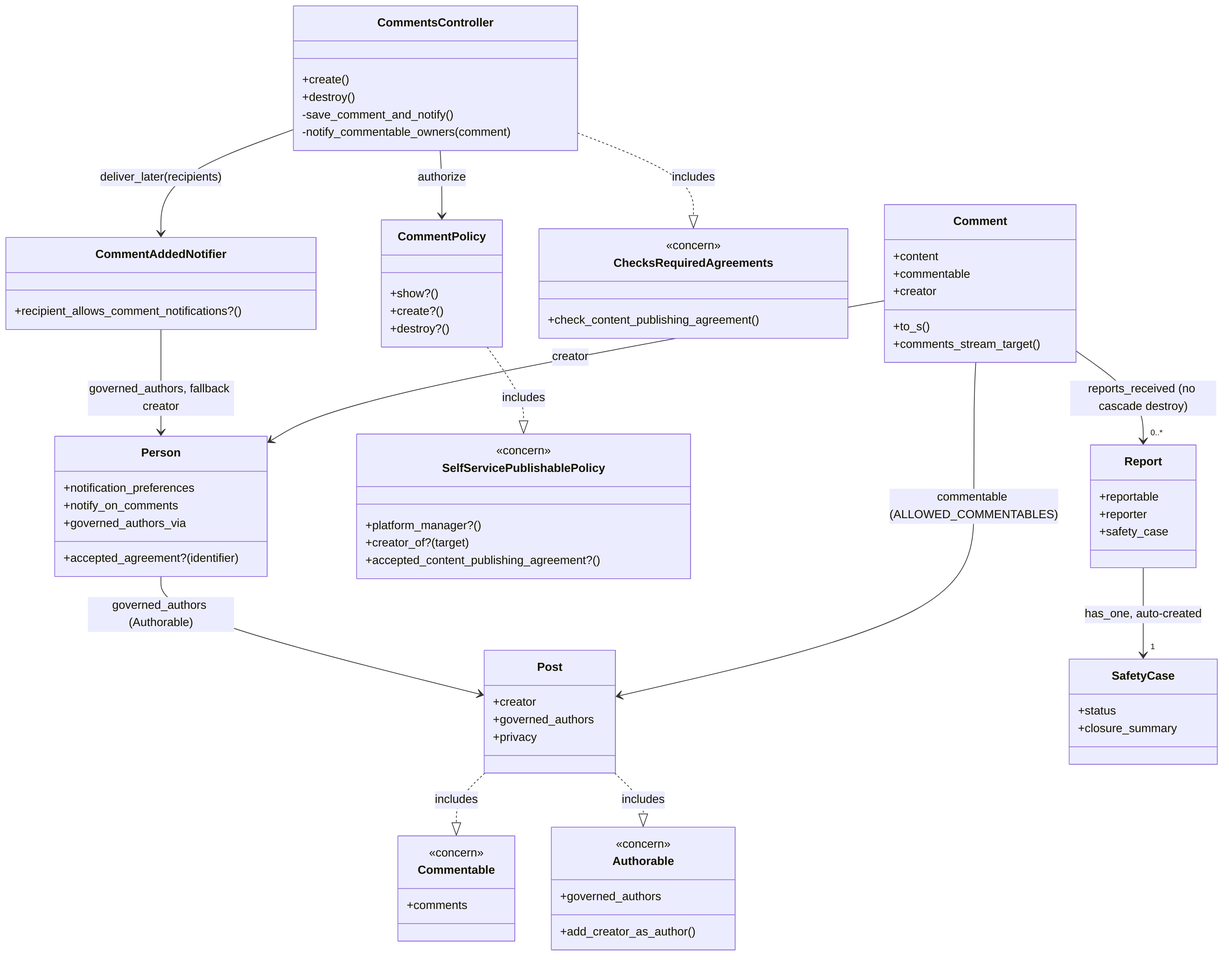
better-together-org/community-engine-rails keeps this Mermaid diagram as docs/diagrams/exports/png/pr_1651_comments_model.png. Above is the earlier version. Its source is kept beside it as docs/diagrams/source/pr_1651_comments_model.mmd.
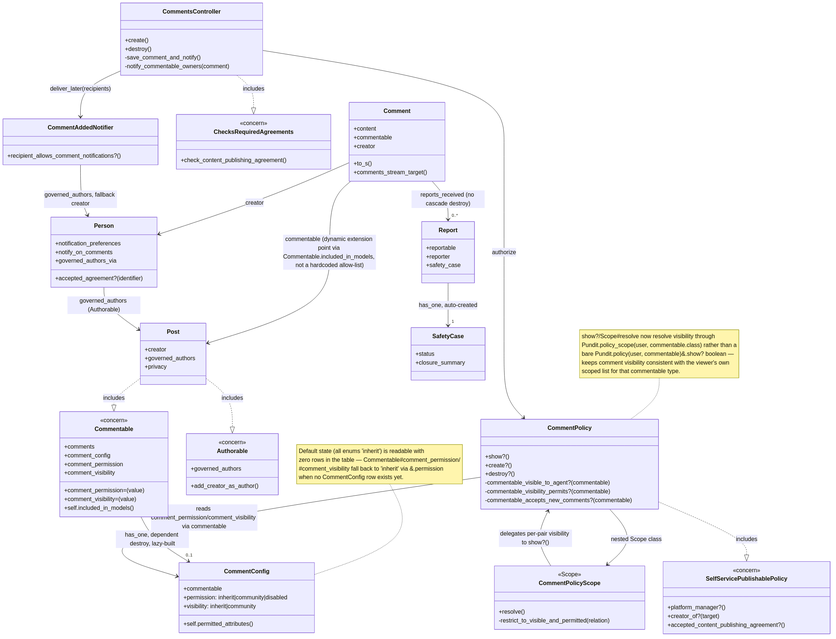
After the change.

The edit, as a diff of the source:
```diff
@@ -10,6 +10,19 @@
     class Commentable {
       <<concern>>
       +comments
+      +comment_config
+      +comment_permission
+      +comment_permission=(value)
+      +comment_visibility
+      +comment_visibility=(value)
+      +self.included_in_models()
+    }
+
+    class CommentConfig {
+      +commentable
+      +permission: inherit|community|disabled
+      +visibility: inherit|community
+      +self.permitted_attributes()
     }
 
     class Post {
@@ -35,6 +48,15 @@
       +show?()
       +create?()
       +destroy?()
+      -commentable_visible_to_agent?(commentable)
+      -commentable_visibility_permits?(commentable)
+      -commentable_accepts_new_comments?(commentable)
+    }
+
+    class CommentPolicyScope {
+      <<Scope>>
+      +resolve()
+      -restrict_to_visible_and_permitted(relation)
     }
 
     class SelfServicePublishablePolicy {
@@ -73,13 +95,20 @@
 
     Post ..|> Commentable : includes
     Post ..|> Authorable : includes
-    Comment --> Post : commentable (ALLOWED_COMMENTABLES)
+    Comment --> Post : commentable (dynamic extension point via Commentable.included_in_models, not a hardcoded allow-list)
     Comment --> Person : creator
     Comment --> "0..*" Report : reports_received (no cascade destroy)
     Report --> "1" SafetyCase : has_one, auto-created
+    Commentable --> "0..1" CommentConfig : has_one, dependent destroy, lazy-built
+    CommentPolicy --> CommentPolicyScope : nested Scope class
+    CommentPolicy --> CommentConfig : reads comment_permission/comment_visibility via commentable
     CommentPolicy ..|> SelfServicePublishablePolicy : includes
+    CommentPolicyScope --> CommentPolicy : delegates per-pair visibility to show?()
     CommentsController ..|> ChecksRequiredAgreements : includes
     CommentsController --> CommentPolicy : authorize
     CommentsController --> CommentAddedNotifier : deliver_later(recipients)
     CommentAddedNotifier --> Person : governed_authors, fallback creator
     Person --> Post : governed_authors (Authorable)
+
+    note for CommentPolicy "show?/Scope#resolve now resolve visibility through\nPundit.policy_scope(user, commentable.class) rather than a\nbare Pundit.policy(user, commentable)&.show? boolean —\nkeeps comment visibility consistent with the viewer's own\nscoped list for that commentable type."
+    note for CommentConfig "Default state (all enums 'inherit') is readable with\nzero rows in the table — Commentable#comment_permission/\n#comment_visibility fall back to 'inherit' via &.permission\nwhen no CommentConfig row exists yet."
```
